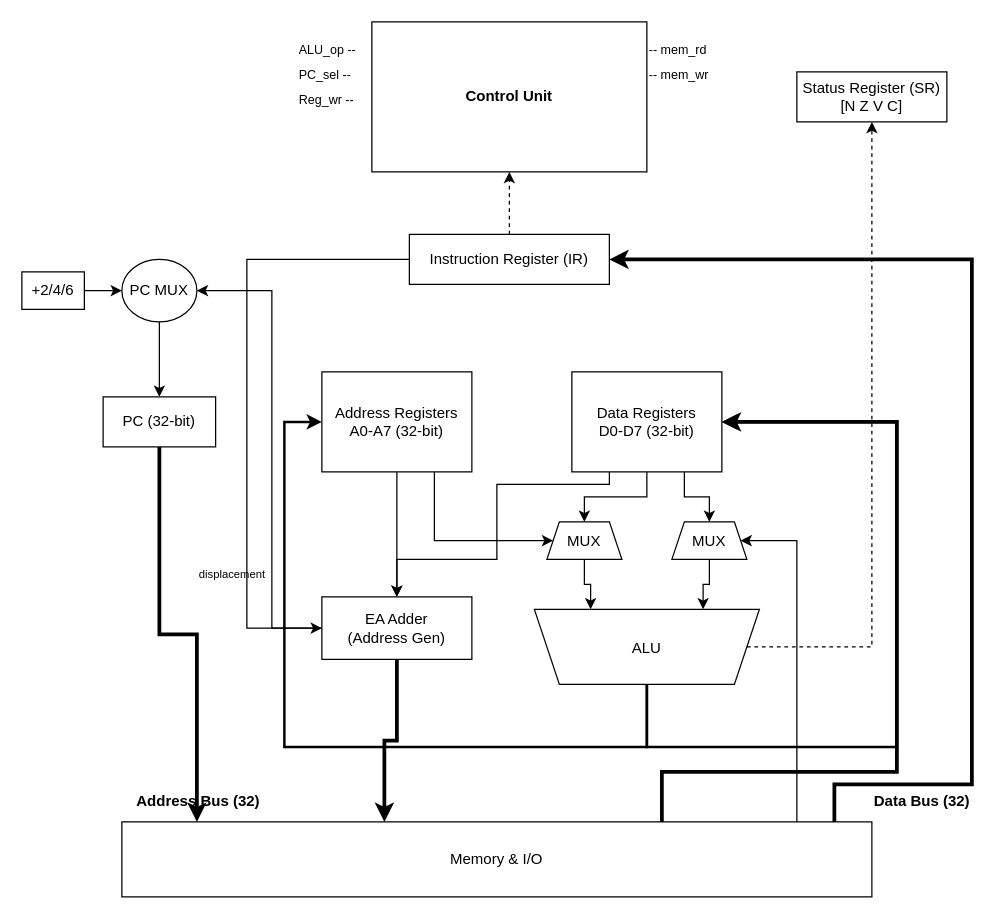
This is ak_lab_3_5.drawio from Dmitry-Kuzmin456/ak_lab3_scheme, a draw.io file, before an edit. Source tidied: cells renumbered, new cells numbered last; positions are measured from the earlier drawing's top-left corner, leaving out a move shared by most shapes. Both pictures are drawn from the tidied source at 125%, with x=0, y=0 at pixel (21, 21).
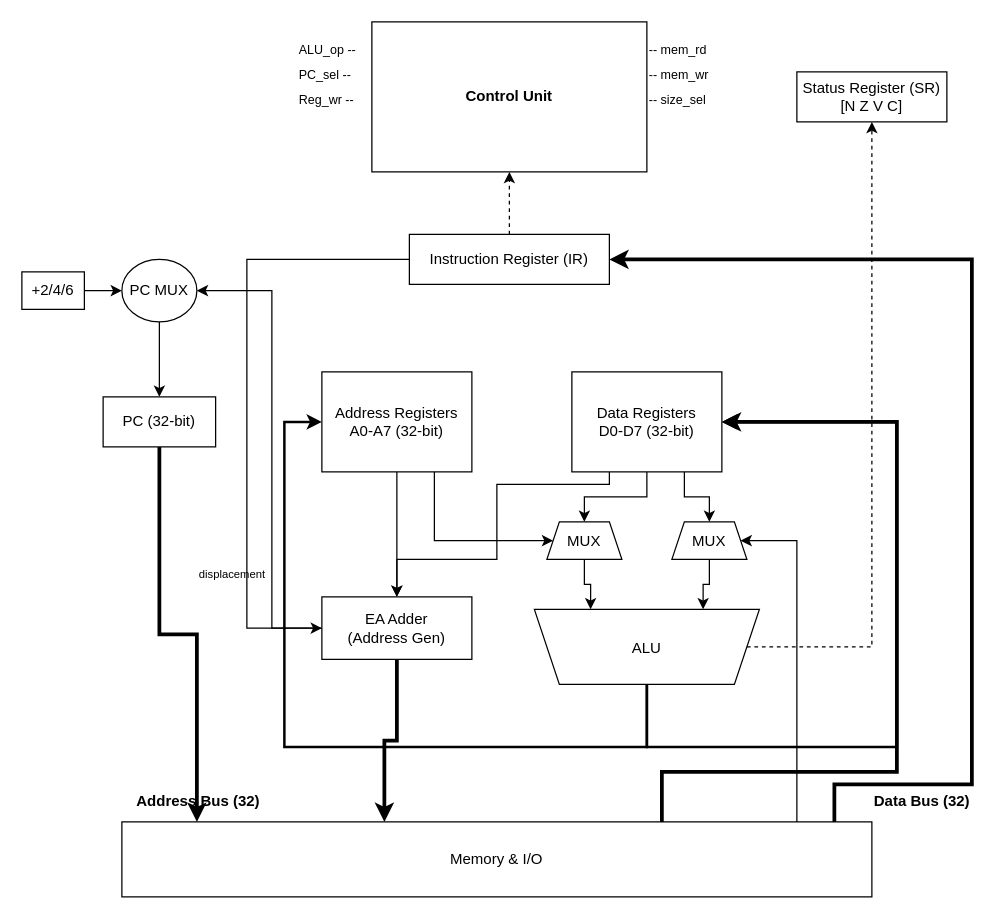
After the change.

Diff of the diagram source:
```diff
@@
+    <mxCell id="43" value="-- size_sel" style="text;fontSize=10;" parent="1" vertex="1">
+      <mxGeometry x="500" y="50" width="60" height="20" as="geometry" />
+    </mxCell>
```
